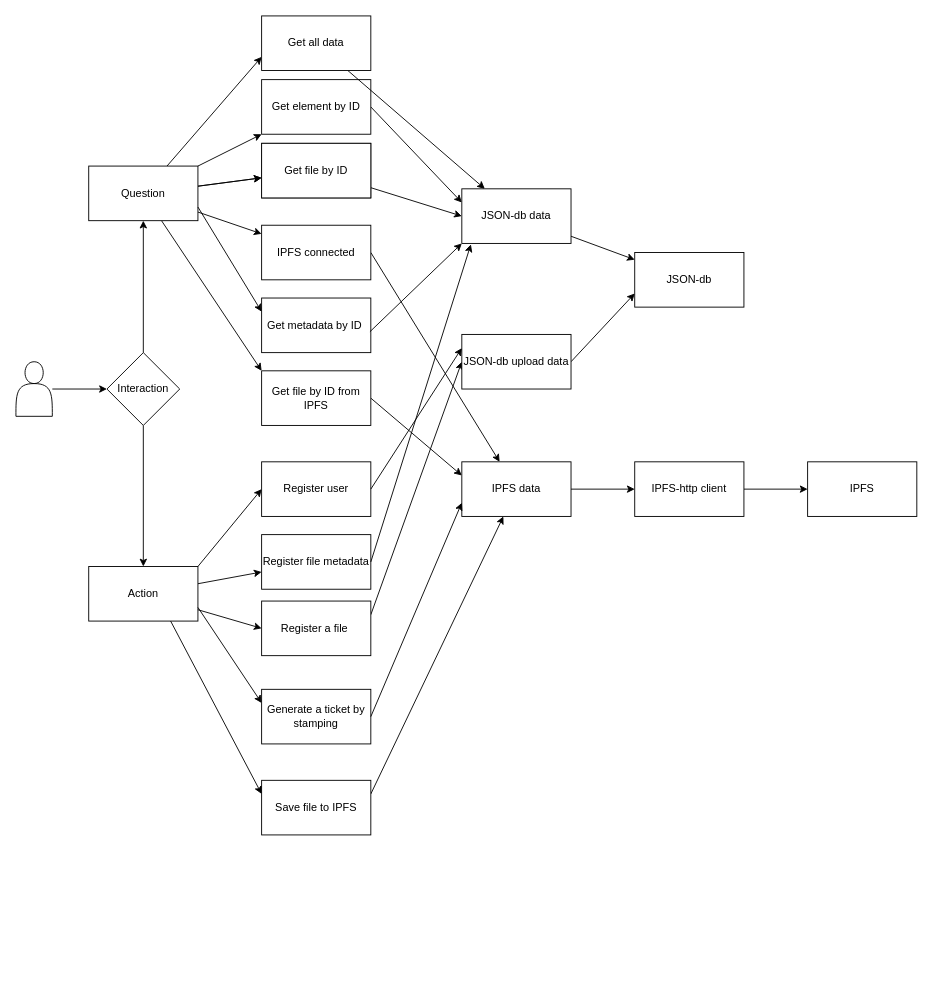
The draw.io diagram Archtecture/ApiModel.drawio in NFTTM/NFTicketMP, before the edit. Source tidied: cells renumbered, new cells numbered last; positions are measured from the earlier drawing's top-left corner, leaving out a move shared by most shapes. Both pictures are drawn from the tidied source at 91%, with x=0, y=0 at pixel (15, 15).
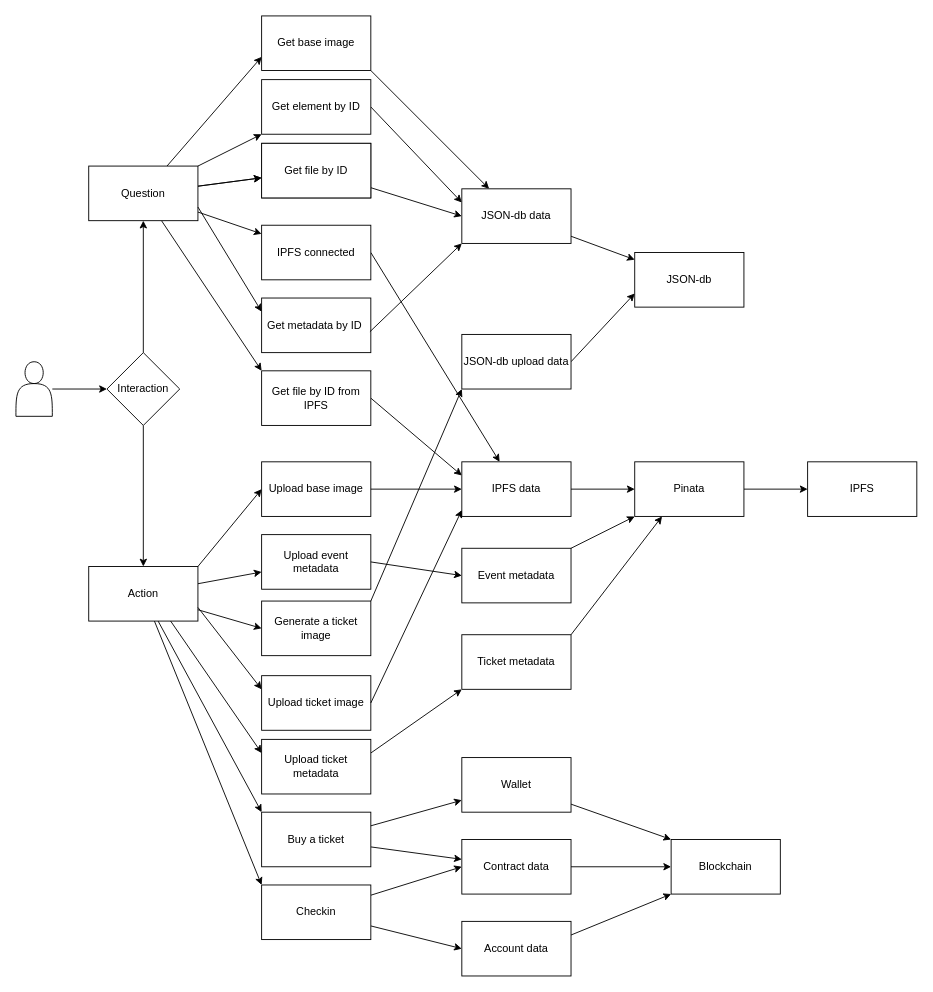
The same diagram, later.

Unchanged cells that the change refers to:
```xml
<mxCell id="15" value="Action" style="whiteSpace=wrap;html=1;" parent="1" vertex="1">
  <mxGeometry x="80" y="605" width="120" height="60" as="geometry" />
</mxCell>
<mxCell id="29" value="JSON-db data" style="whiteSpace=wrap;html=1;" parent="1" vertex="1">
  <mxGeometry x="490" y="190" width="120" height="60" as="geometry" />
</mxCell>
<mxCell id="40" value="IPFS data" style="whiteSpace=wrap;html=1;" parent="1" vertex="1">
  <mxGeometry x="490" y="490" width="120" height="60" as="geometry" />
</mxCell>
<mxCell id="41" value="JSON-db upload data" style="whiteSpace=wrap;html=1;" parent="1" vertex="1">
  <mxGeometry x="490" y="350" width="120" height="60" as="geometry" />
</mxCell>
```

Change to the diagram source:
```diff
@@
+    <mxCell id="54" style="edgeStyle=none;html=1;entryX=0;entryY=0;entryDx=0;entryDy=0;" parent="1" edge="1" source="15" target="61">
+      <mxGeometry relative="1" as="geometry" />
+    </mxCell>
+    <mxCell id="55" style="edgeStyle=none;html=1;entryX=0;entryY=0;entryDx=0;entryDy=0;" parent="1" edge="1" source="15" target="69">
+      <mxGeometry relative="1" as="geometry" />
+    </mxCell>
@@
-    <mxCell id="22" style="edgeStyle=none;html=1;" parent="1" edge="1" source="23" target="29">
+    <mxCell id="22" style="edgeStyle=none;html=1;exitX=1;exitY=1;exitDx=0;exitDy=0;" parent="1" edge="1" source="23" target="29">
       <mxGeometry relative="1" as="geometry" />
     </mxCell>
-    <mxCell id="23" value="Get all data" style="whiteSpace=wrap;html=1;" parent="1" vertex="1">
+    <mxCell id="23" value="Get base image" style="whiteSpace=wrap;html=1;" parent="1" vertex="1">
       <mxGeometry x="270" width="120" height="60" as="geometry" />
     </mxCell>
@@
-    <mxCell id="26" style="edgeStyle=none;html=1;exitX=1;exitY=0.25;exitDx=0;exitDy=0;entryX=0;entryY=0.5;entryDx=0;entryDy=0;" parent="1" edge="1" source="37" target="41">
-      <mxGeometry relative="1" as="geometry" />
-    </mxCell>
-    <mxCell id="27" value="Register file metadata" style="whiteSpace=wrap;html=1;" parent="1" vertex="1">
+    <mxCell id="27" value="Upload event metadata" style="whiteSpace=wrap;html=1;" parent="1" vertex="1">
       <mxGeometry x="270" y="570" width="120" height="60" as="geometry" />
     </mxCell>
@@
-    <mxCell id="35" value="IPFS-http client" style="whiteSpace=wrap;html=1;" parent="1" vertex="1">
+    <mxCell id="35" value="Pinata" style="whiteSpace=wrap;html=1;" parent="1" vertex="1">
       <mxGeometry x="680" y="490" width="120" height="60" as="geometry" />
     </mxCell>
-    <mxCell id="36" style="edgeStyle=none;html=1;entryX=0.083;entryY=1.017;entryDx=0;entryDy=0;exitX=1;exitY=0.5;exitDx=0;exitDy=0;entryPerimeter=0;" parent="1" edge="1" source="27" target="29">
+    <mxCell id="36" style="edgeStyle=none;html=1;entryX=0;entryY=0.5;entryDx=0;entryDy=0;exitX=1;exitY=0.5;exitDx=0;exitDy=0;" parent="1" edge="1" source="27" target="57">
       <mxGeometry relative="1" as="geometry" />
     </mxCell>
+    <mxCell id="26" style="edgeStyle=none;html=1;entryX=0;entryY=1;entryDx=0;entryDy=0;exitX=1;exitY=0;exitDx=0;exitDy=0;" parent="1" edge="1" source="37" target="41">
+      <mxGeometry relative="1" as="geometry" />
+    </mxCell>
-    <mxCell id="37" value="Register a file&amp;nbsp;" style="whiteSpace=wrap;html=1;" parent="1" vertex="1">
+    <mxCell id="37" value="Generate a ticket image" style="whiteSpace=wrap;html=1;" parent="1" vertex="1">
       <mxGeometry x="270" y="643" width="120" height="60" as="geometry" />
     </mxCell>
-    <mxCell id="38" style="edgeStyle=none;html=1;exitX=1;exitY=0.25;exitDx=0;exitDy=0;" parent="1" edge="1" source="39" target="40">
+    <mxCell id="38" style="edgeStyle=none;html=1;exitX=1;exitY=0.25;exitDx=0;exitDy=0;entryX=0;entryY=1;entryDx=0;entryDy=0;" parent="1" edge="1" source="39" target="59">
       <mxGeometry relative="1" as="geometry" />
     </mxCell>
-    <mxCell id="39" value="Save file to IPFS" style="whiteSpace=wrap;html=1;" parent="1" vertex="1">
-      <mxGeometry x="270" y="840" width="120" height="60" as="geometry" />
+    <mxCell id="39" value="Upload ticket metadata" style="whiteSpace=wrap;html=1;" parent="1" vertex="1">
+      <mxGeometry x="270" y="795" width="120" height="60" as="geometry" />
     </mxCell>
@@
-    <mxCell id="43" value="Generate a ticket by stamping" style="whiteSpace=wrap;html=1;" parent="1" vertex="1">
-      <mxGeometry x="270" y="740" width="120" height="60" as="geometry" />
+    <mxCell id="43" value="Upload ticket image" style="whiteSpace=wrap;html=1;" parent="1" vertex="1">
+      <mxGeometry x="270" y="725" width="120" height="60" as="geometry" />
     </mxCell>
-    <mxCell id="44" style="edgeStyle=none;html=1;entryX=0;entryY=0.75;entryDx=0;entryDy=0;exitX=1;exitY=0.5;exitDx=0;exitDy=0;" parent="1" edge="1" source="43" target="40">
+    <mxCell id="44" style="edgeStyle=none;html=1;exitX=1;exitY=0.5;exitDx=0;exitDy=0;entryX=0;entryY=0.883;entryDx=0;entryDy=0;entryPerimeter=0;" parent="1" edge="1" source="43" target="40">
       <mxGeometry relative="1" as="geometry" />
     </mxCell>
@@
-    <mxCell id="51" value="Register user" style="whiteSpace=wrap;html=1;" parent="1" vertex="1">
+    <mxCell id="51" value="Upload base image" style="whiteSpace=wrap;html=1;" parent="1" vertex="1">
       <mxGeometry x="270" y="490" width="120" height="60" as="geometry" />
     </mxCell>
-    <mxCell id="52" style="edgeStyle=none;html=1;exitX=1;exitY=0.5;exitDx=0;exitDy=0;entryX=0;entryY=0.25;entryDx=0;entryDy=0;" parent="1" edge="1" source="51" target="41">
+    <mxCell id="52" style="edgeStyle=none;html=1;exitX=1;exitY=0.5;exitDx=0;exitDy=0;entryX=0;entryY=0.5;entryDx=0;entryDy=0;" parent="1" edge="1" source="51" target="40">
       <mxGeometry relative="1" as="geometry" />
     </mxCell>
@@
+    <mxCell id="56" style="edgeStyle=none;html=1;entryX=0;entryY=1;entryDx=0;entryDy=0;" parent="1" edge="1" source="57" target="35">
+      <mxGeometry relative="1" as="geometry" />
+    </mxCell>
+    <mxCell id="57" value="Event metadata" style="whiteSpace=wrap;html=1;" parent="1" vertex="1">
+      <mxGeometry x="490" y="585" width="120" height="60" as="geometry" />
+    </mxCell>
+    <mxCell id="58" style="edgeStyle=none;html=1;entryX=0.25;entryY=1;entryDx=0;entryDy=0;exitX=1;exitY=0;exitDx=0;exitDy=0;" parent="1" edge="1" source="59" target="35">
+      <mxGeometry relative="1" as="geometry" />
+    </mxCell>
+    <mxCell id="59" value="Ticket metadata" style="whiteSpace=wrap;html=1;" parent="1" vertex="1">
+      <mxGeometry x="490" y="680" width="120" height="60" as="geometry" />
+    </mxCell>
+    <mxCell id="60" style="edgeStyle=none;html=1;" parent="1" edge="1" source="61" target="64">
+      <mxGeometry relative="1" as="geometry" />
+    </mxCell>
+    <mxCell id="61" value="Buy a ticket" style="whiteSpace=wrap;html=1;" parent="1" vertex="1">
+      <mxGeometry x="270" y="875" width="120" height="60" as="geometry" />
+    </mxCell>
+    <mxCell id="62" style="edgeStyle=none;html=1;exitX=1;exitY=0.25;exitDx=0;exitDy=0;" parent="1" edge="1" source="61" target="66">
+      <mxGeometry relative="1" as="geometry" />
+    </mxCell>
+    <mxCell id="63" style="edgeStyle=none;html=1;entryX=0;entryY=0.5;entryDx=0;entryDy=0;exitX=1;exitY=0.5;exitDx=0;exitDy=0;" parent="1" edge="1" source="64" target="72">
+      <mxGeometry relative="1" as="geometry" />
+    </mxCell>
+    <mxCell id="64" value="Contract data" style="whiteSpace=wrap;html=1;" parent="1" vertex="1">
+      <mxGeometry x="490" y="905" width="120" height="60" as="geometry" />
+    </mxCell>
+    <mxCell id="65" style="edgeStyle=none;html=1;entryX=0;entryY=0;entryDx=0;entryDy=0;" parent="1" edge="1" source="66" target="72">
+      <mxGeometry relative="1" as="geometry" />
+    </mxCell>
+    <mxCell id="66" value="Wallet" style="whiteSpace=wrap;html=1;" parent="1" vertex="1">
+      <mxGeometry x="490" y="815" width="120" height="60" as="geometry" />
+    </mxCell>
+    <mxCell id="67" style="edgeStyle=none;html=1;entryX=0;entryY=0.5;entryDx=0;entryDy=0;" parent="1" edge="1" source="69" target="64">
+      <mxGeometry relative="1" as="geometry" />
+    </mxCell>
+    <mxCell id="68" style="edgeStyle=none;html=1;entryX=0;entryY=0.5;entryDx=0;entryDy=0;" parent="1" edge="1" source="69" target="71">
+      <mxGeometry relative="1" as="geometry" />
+    </mxCell>
+    <mxCell id="69" value="Checkin" style="whiteSpace=wrap;html=1;" parent="1" vertex="1">
+      <mxGeometry x="270" y="955" width="120" height="60" as="geometry" />
+    </mxCell>
+    <mxCell id="70" style="edgeStyle=none;html=1;entryX=0;entryY=1;entryDx=0;entryDy=0;exitX=1;exitY=0.25;exitDx=0;exitDy=0;" parent="1" edge="1" source="71" target="72">
+      <mxGeometry relative="1" as="geometry" />
+    </mxCell>
+    <mxCell id="71" value="Account data" style="whiteSpace=wrap;html=1;" parent="1" vertex="1">
+      <mxGeometry x="490" y="995" width="120" height="60" as="geometry" />
+    </mxCell>
+    <mxCell id="72" value="Blockchain" style="whiteSpace=wrap;html=1;" parent="1" vertex="1">
+      <mxGeometry x="720" y="905" width="120" height="60" as="geometry" />
+    </mxCell>
```
